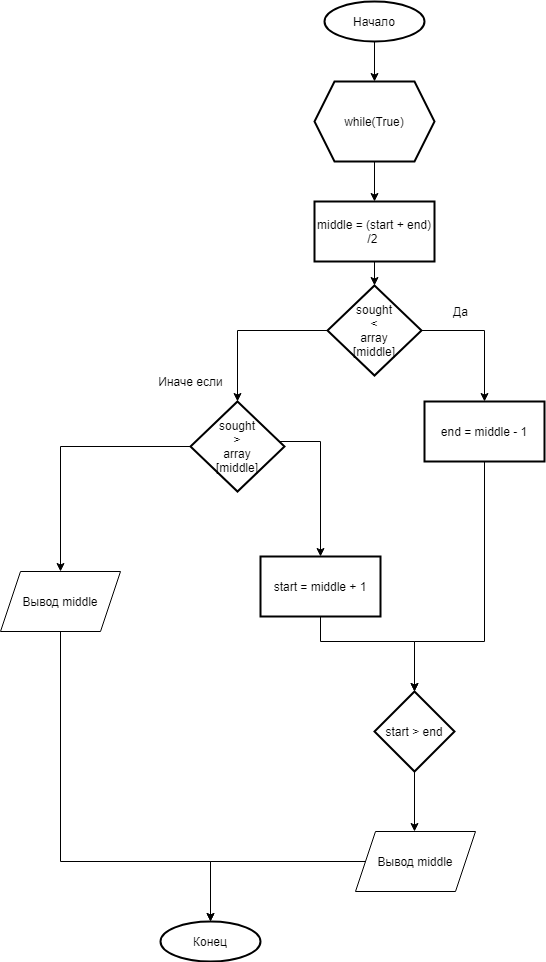
Before: _lab5/_func binarySearch.png, a diagram exported from draw.io (leetrikon/oaip). Source tidied: cells renumbered, new cells last; positions are measured from the earlier drawing's top-left corner, leaving out a move shared by most shapes.
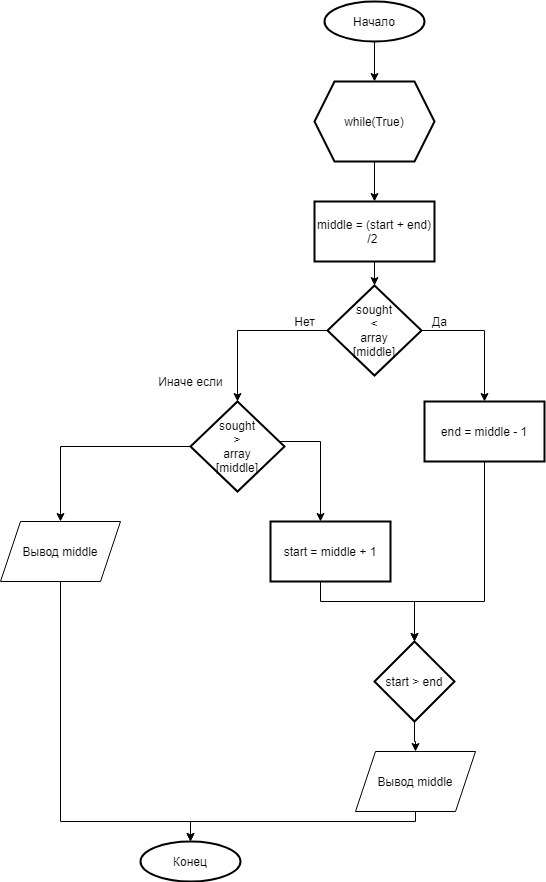
After the change.

What changed in the source:
```diff
@@ -32,8 +32,8 @@
     <mxCell id="11" style="edgeStyle=orthogonalEdgeStyle;rounded=0;jettySize=auto;html=1;entryX=0.5;entryY=0;entryDx=0;entryDy=0;" parent="1" edge="1" source="12" target="21">
       <mxGeometry relative="1" as="geometry">
         <Array as="points">
-          <mxPoint x="484" y="640" />
-          <mxPoint x="414" y="640" />
+          <mxPoint x="484" y="600" />
+          <mxPoint x="414" y="600" />
         </Array>
       </mxGeometry>
     </mxCell>
@@ -41,7 +41,7 @@
       <mxGeometry x="424" y="400" width="120" height="60" as="geometry" />
     </mxCell>
     <mxCell id="13" value="Да" style="text;html=1;align=center;verticalAlign=middle;" parent="1" vertex="1">
-      <mxGeometry x="445" y="300" width="30" height="20" as="geometry" />
+      <mxGeometry x="424" y="310" width="30" height="20" as="geometry" />
     </mxCell>
     <mxCell id="14" style="edgeStyle=orthogonalEdgeStyle;rounded=0;jettySize=auto;html=1;" parent="1" edge="1" source="16" target="19">
       <mxGeometry relative="1" as="geometry">
@@ -50,10 +50,8 @@
         </Array>
       </mxGeometry>
     </mxCell>
-    <mxCell id="15" style="edgeStyle=orthogonalEdgeStyle;rounded=0;jettySize=auto;html=1;entryX=0.5;entryY=0;entryDx=0;entryDy=0;" parent="1" edge="1" source="16">
-      <mxGeometry relative="1" as="geometry">
-        <mxPoint x="60" y="570" as="targetPoint" />
-      </mxGeometry>
+    <mxCell id="15" style="edgeStyle=orthogonalEdgeStyle;rounded=0;jettySize=auto;html=1;entryX=0.5;entryY=0;entryDx=0;entryDy=0;" parent="1" edge="1" source="16" target="23">
+      <mxGeometry relative="1" as="geometry" />
     </mxCell>
     <mxCell id="16" value="sought&lt;br&gt;&amp;gt;&lt;br&gt;array&lt;br&gt;[middle]" style="rhombus;whiteSpace=wrap;html=1;strokeWidth=2;" parent="1" vertex="1">
       <mxGeometry x="190" y="400" width="94" height="90" as="geometry" />
@@ -64,41 +62,47 @@
     <mxCell id="18" style="edgeStyle=orthogonalEdgeStyle;rounded=0;jettySize=auto;html=1;" parent="1" edge="1" source="19" target="21">
       <mxGeometry relative="1" as="geometry">
         <Array as="points">
-          <mxPoint x="320" y="640" />
-          <mxPoint x="414" y="640" />
+          <mxPoint x="320" y="600" />
+          <mxPoint x="414" y="600" />
         </Array>
       </mxGeometry>
     </mxCell>
     <mxCell id="19" value="start = middle + 1" style="whiteSpace=wrap;html=1;strokeWidth=2;" parent="1" vertex="1">
-      <mxGeometry x="260" y="555" width="120" height="60" as="geometry" />
+      <mxGeometry x="270" y="520" width="120" height="60" as="geometry" />
     </mxCell>
-    <mxCell id="20" style="edgeStyle=orthogonalEdgeStyle;rounded=0;jettySize=auto;html=1;" parent="1" edge="1" source="21">
-      <mxGeometry relative="1" as="geometry">
-        <mxPoint x="414" y="830" as="targetPoint" />
-      </mxGeometry>
-    </mxCell>
     <mxCell id="21" value="start &amp;gt; end" style="rhombus;whiteSpace=wrap;html=1;strokeWidth=2;" parent="1" vertex="1">
-      <mxGeometry x="374" y="690" width="80" height="80" as="geometry" />
+      <mxGeometry x="374" y="640" width="80" height="80" as="geometry" />
     </mxCell>
     <mxCell id="22" style="edgeStyle=orthogonalEdgeStyle;rounded=0;jettySize=auto;html=1;entryX=0.5;entryY=0;entryDx=0;entryDy=0;entryPerimeter=0;" parent="1" edge="1" source="23" target="26">
       <mxGeometry relative="1" as="geometry">
         <Array as="points">
-          <mxPoint x="60" y="860" />
-          <mxPoint x="210" y="860" />
+          <mxPoint x="60" y="820" />
+          <mxPoint x="190" y="820" />
         </Array>
       </mxGeometry>
     </mxCell>
     <mxCell id="23" value="Вывод middle" style="shape=parallelogram;perimeter=parallelogramPerimeter;whiteSpace=wrap;html=1;fixedSize=1;" parent="1" vertex="1">
-      <mxGeometry y="570" width="120" height="60" as="geometry" />
+      <mxGeometry y="520" width="120" height="60" as="geometry" />
     </mxCell>
+    <mxCell id="26" value="Конец" style="strokeWidth=2;html=1;shape=mxgraph.flowchart.start_2;whiteSpace=wrap;" parent="1" vertex="1">
+      <mxGeometry x="140" y="840" width="100" height="40" as="geometry" />
+    </mxCell>
-    <mxCell id="24" style="edgeStyle=orthogonalEdgeStyle;rounded=0;jettySize=auto;html=1;entryX=0.5;entryY=0;entryDx=0;entryDy=0;entryPerimeter=0;" parent="1" edge="1" source="25" target="26">
-      <mxGeometry relative="1" as="geometry" />
+    <mxCell id="24" style="edgeStyle=orthogonalEdgeStyle;rounded=0;jettySize=auto;html=1;" parent="1" edge="1" source="25" target="26">
+      <mxGeometry relative="1" as="geometry">
+        <Array as="points">
+          <mxPoint x="415" y="820" />
+          <mxPoint x="190" y="820" />
+        </Array>
+      </mxGeometry>
     </mxCell>
     <mxCell id="25" value="Вывод middle" style="shape=parallelogram;perimeter=parallelogramPerimeter;whiteSpace=wrap;html=1;fixedSize=1;" parent="1" vertex="1">
-      <mxGeometry x="355" y="830" width="120" height="60" as="geometry" />
+      <mxGeometry x="355" y="750" width="120" height="60" as="geometry" />
     </mxCell>
-    <mxCell id="26" value="Конец" style="strokeWidth=2;html=1;shape=mxgraph.flowchart.start_2;whiteSpace=wrap;" parent="1" vertex="1">
-      <mxGeometry x="160" y="920" width="100" height="40" as="geometry" />
-    </mxCell>
+    <mxCell id="27" style="edgeStyle=orthogonalEdgeStyle;rounded=0;jettySize=auto;html=1;" parent="1" edge="1" source="21" target="25">
+      <mxGeometry relative="1" as="geometry" />
+    </mxCell>
+    <mxCell id="28" value="Нет" style="text;html=1;align=center;verticalAlign=middle;" parent="1" vertex="1">
+      <mxGeometry x="284" y="310" width="40" height="20" as="geometry" />
+    </mxCell>
   </root>
 </mxGraphModel>
```
